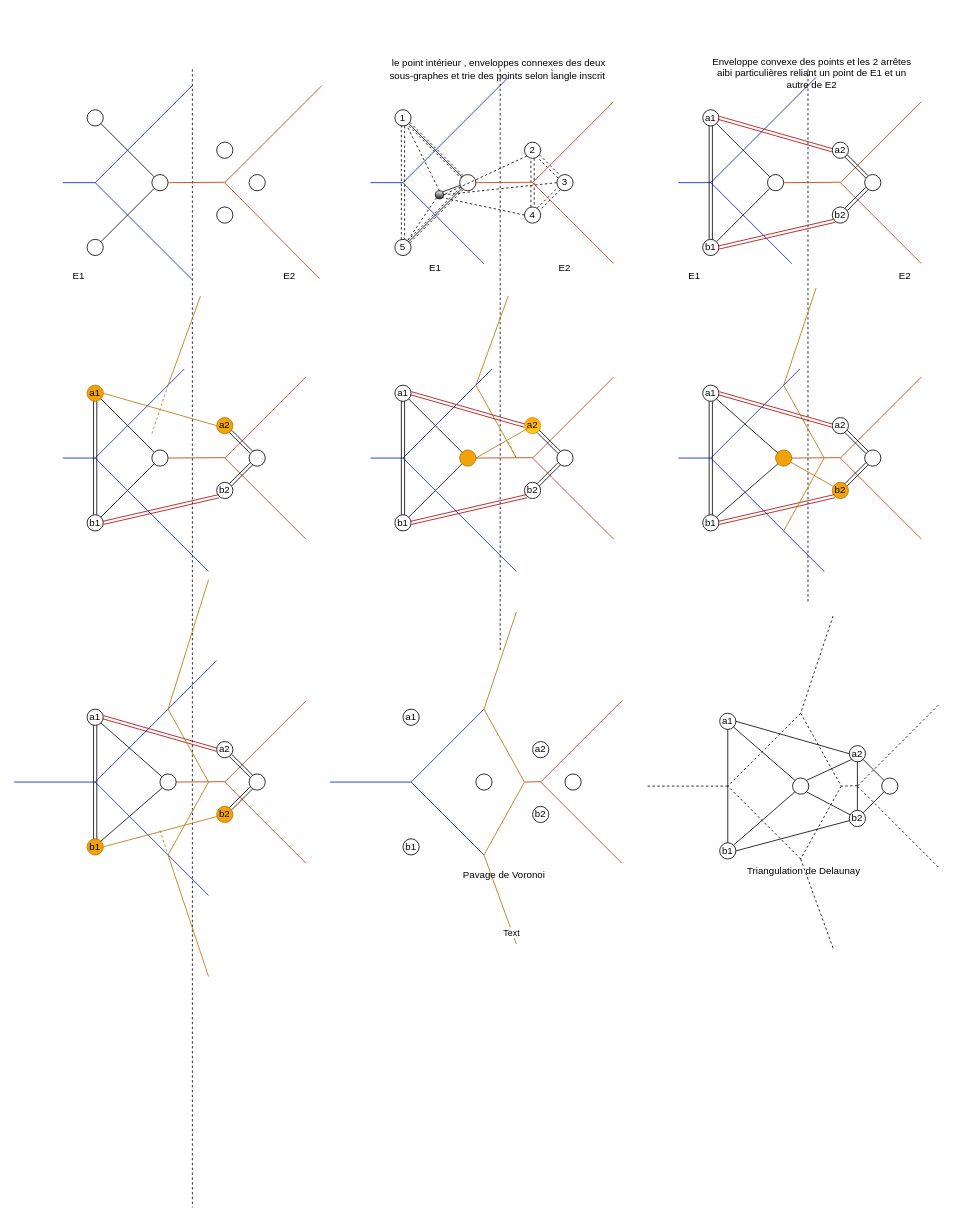
arseneRuben/MTH6405 keeps this draw.io diagram as page "probleme1" (1 of 3) of devoir4.drawio. Above is the earlier version. Source tidied: cells renumbered, new cells numbered last; positions are measured from the earlier drawing's top-left corner, leaving out a move shared by most shapes. Both pictures are drawn from the tidied source at 81%, with x=0, y=0 at pixel (14, 53).
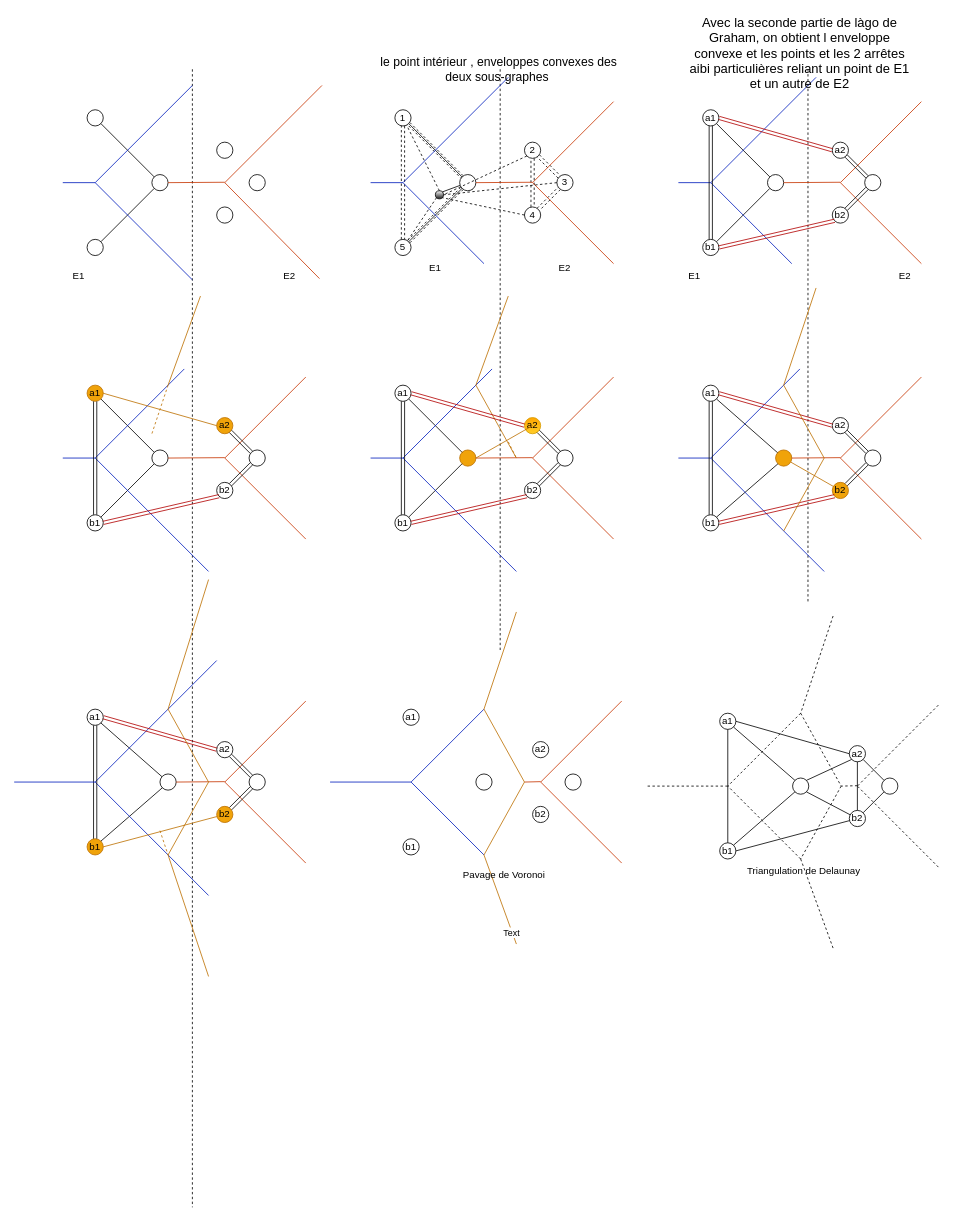
After the change.

The edit, as a diff of the source:
```diff
@@
-    <mxCell id="42" value="le point intérieur , enveloppes connexes des deux sous-graphes et trie des points selon l̀angle inscrit&amp;nbsp;" style="text;html=1;strokeColor=none;fillColor=none;align=center;verticalAlign=middle;whiteSpace=wrap;rounded=0;" parent="1" vertex="1">
+    <mxCell id="42" value="&lt;font style=&quot;font-size: 15px&quot;&gt;le point intérieur , enveloppes convexes des deux sous-graphes&amp;nbsp;&lt;/font&gt;" style="text;html=1;strokeColor=none;fillColor=none;align=center;verticalAlign=middle;whiteSpace=wrap;rounded=0;" parent="1" vertex="1">
       <mxGeometry x="450" width="297" height="40" as="geometry" />
     </mxCell>
@@
-    <mxCell id="72" value="Enveloppe convexe des points et les 2 arrêtes aibi particulières reliant un point de E1 et un autre de E2" style="text;html=1;strokeColor=none;fillColor=none;align=center;verticalAlign=middle;whiteSpace=wrap;rounded=0;" parent="1" vertex="1">
-      <mxGeometry x="860" y="10" width="250" height="30" as="geometry" />
+    <mxCell id="72" value="&lt;font style=&quot;font-size: 16px&quot;&gt;Avec la seconde partie de làgo de Graham, on obtient l enveloppe convexe et les points et les 2 arrêtes aibi particulières reliant un point de E1 et un autre de E2&lt;/font&gt;" style="text;html=1;strokeColor=none;fillColor=none;align=center;verticalAlign=middle;whiteSpace=wrap;rounded=0;strokeWidth=2;fontSize=13;" parent="1" vertex="1">
+      <mxGeometry x="830" y="-40" width="280" height="80" as="geometry" />
     </mxCell>
```
